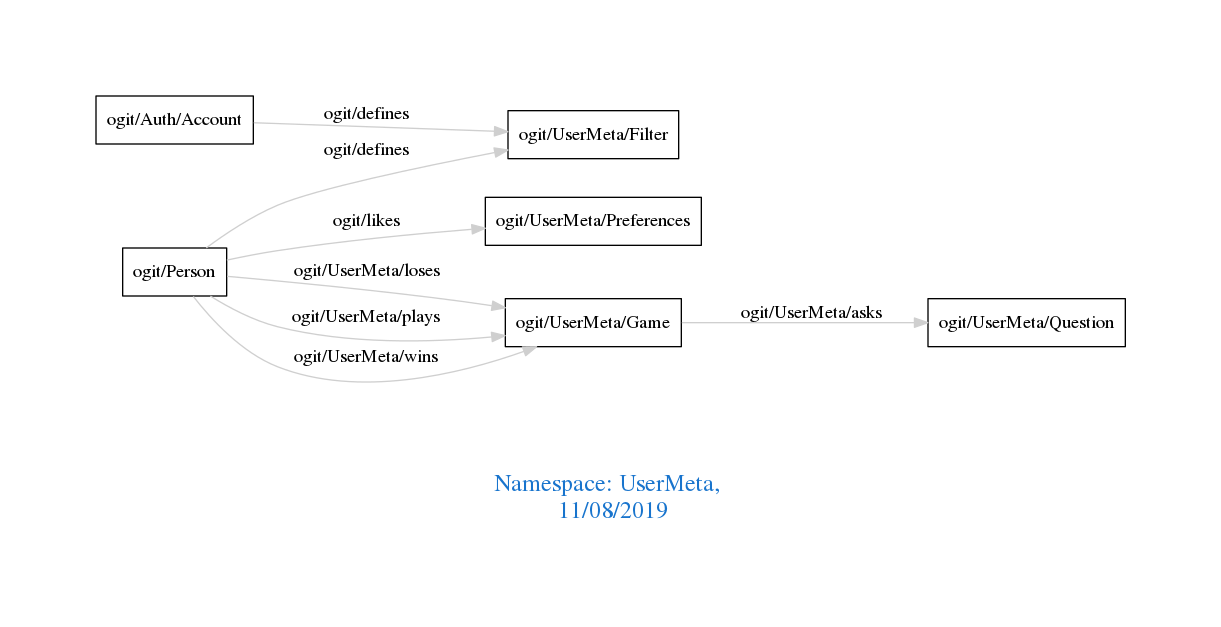
The Graphviz diagram downloads/UserMeta.png in arago/OGIT, before a commit. Its source is kept beside it as downloads/UserMeta.dot.
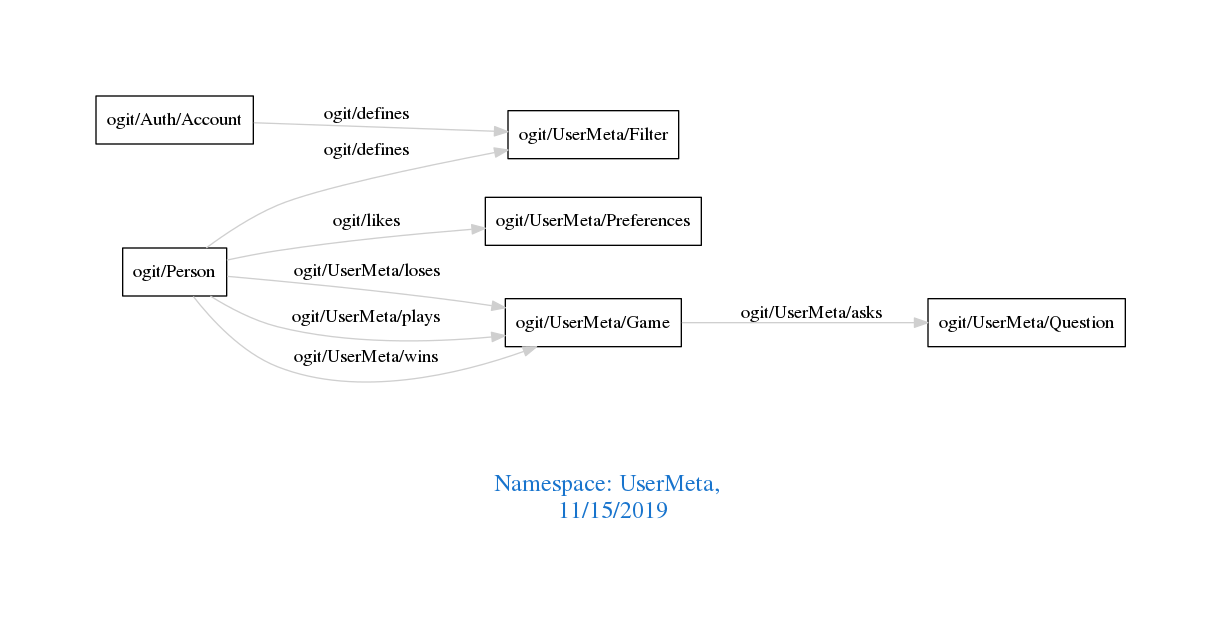
Later version of the same file.

Diff of the diagram source:
```diff
@@ -1,7 +1,7 @@
 digraph OGIT_ontology {
  graph [ rankdir= LR,pad=1
 fontsize = 18,
-fontcolor= dodgerblue3,label = "\n\n\nNamespace: UserMeta, \n 11/08/2019"];
+fontcolor= dodgerblue3,label = "\n\n\nNamespace: UserMeta, \n 11/15/2019"];
 node[shape=polygon];
 edge [  color="gray81"];
 
```
